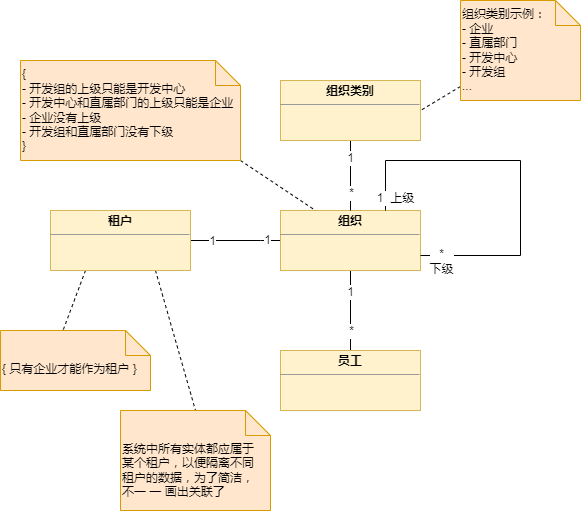
SparkLee/draw-io keeps this draw.io diagram as 手把手教你落地DDD.drawio.png. Above is the earlier version. Source tidied: cells renumbered, new cells last; positions are measured from the earlier drawing's top-left corner, leaving out a move shared by most shapes.
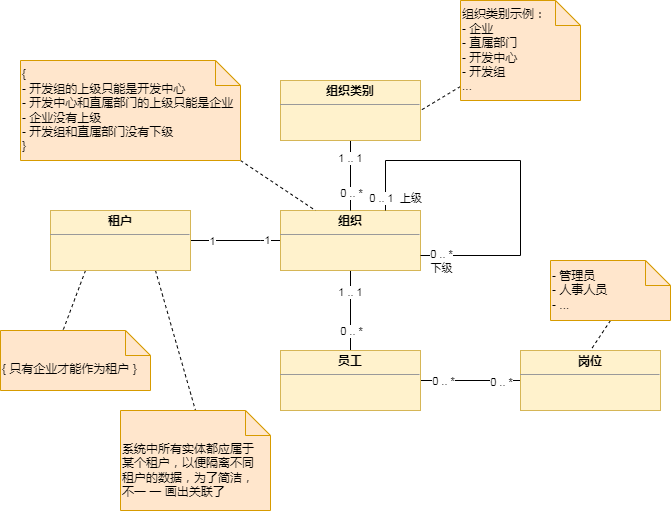
After the change.

Commit message:
update 手把手教你落地DDD.drawio.png

Change to the diagram source:
```diff
@@ -24,7 +24,7 @@
     <mxCell id="6" value="&lt;p style=&quot;margin:0px;margin-top:4px;text-align:center;&quot;&gt;&lt;b&gt;租户&lt;/b&gt;&lt;/p&gt;&lt;hr size=&quot;1&quot;&gt;&lt;div style=&quot;height:2px;&quot;&gt;&lt;/div&gt;" style="verticalAlign=top;align=left;overflow=fill;fontSize=12;fontFamily=Helvetica;html=1;rounded=0;shadow=0;glass=0;sketch=0;strokeColor=#d6b656;fillColor=#fff2cc;" parent="1" vertex="1">
       <mxGeometry x="50" y="210" width="140" height="60" as="geometry" />
     </mxCell>
-    <mxCell id="7" value="1" style="edgeStyle=orthogonalEdgeStyle;rounded=0;jettySize=auto;html=1;exitX=0.5;exitY=1;exitDx=0;exitDy=0;entryX=0.5;entryY=0;entryDx=0;entryDy=0;endArrow=none;endFill=0;" parent="1" edge="1" source="9" target="10">
+    <mxCell id="7" value="1 .. 1" style="edgeStyle=orthogonalEdgeStyle;rounded=0;jettySize=auto;html=1;exitX=0.5;exitY=1;exitDx=0;exitDy=0;entryX=0.5;entryY=0;entryDx=0;entryDy=0;endArrow=none;endFill=0;" parent="1" edge="1" source="9" target="10">
       <mxGeometry x="-0.45" relative="1" as="geometry">
         <Array as="points">
           <mxPoint x="350" y="290" />
@@ -32,7 +32,7 @@
         </Array>
       </mxGeometry>
     </mxCell>
-    <mxCell id="8" value="*" style="edgeLabel;html=1;align=center;verticalAlign=middle;" parent="7" vertex="1">
+    <mxCell id="8" value="0 .. *" style="edgeLabel;html=1;align=center;verticalAlign=middle;" parent="7" vertex="1">
       <mxGeometry x="0.65" y="-1" relative="1" as="geometry">
         <mxPoint x="1" y="-6" as="offset" />
       </mxGeometry>
@@ -40,13 +40,26 @@
     <mxCell id="9" value="&lt;p style=&quot;margin:0px;margin-top:4px;text-align:center;&quot;&gt;&lt;b&gt;组织&lt;/b&gt;&lt;/p&gt;&lt;hr size=&quot;1&quot;&gt;&lt;div style=&quot;height:2px;&quot;&gt;&lt;/div&gt;" style="verticalAlign=top;align=left;overflow=fill;fontSize=12;fontFamily=Helvetica;html=1;rounded=0;shadow=0;glass=0;sketch=0;strokeColor=#d6b656;fillColor=#fff2cc;" parent="1" vertex="1">
       <mxGeometry x="280" y="210" width="140" height="60" as="geometry" />
     </mxCell>
+    <mxCell id="23" style="rounded=0;jettySize=auto;html=1;endArrow=none;endFill=0;" parent="1" edge="1" source="10" target="26">
+      <mxGeometry relative="1" as="geometry" />
+    </mxCell>
+    <mxCell id="24" value="0 .. *" style="edgeLabel;html=1;align=center;verticalAlign=middle;spacing=4;" parent="23" vertex="1">
+      <mxGeometry x="0.86" y="-1" relative="1" as="geometry">
+        <mxPoint x="-13" as="offset" />
+      </mxGeometry>
+    </mxCell>
+    <mxCell id="25" value="0 .. *" style="edgeLabel;html=1;align=center;verticalAlign=middle;" parent="23" vertex="1">
+      <mxGeometry x="-0.8" relative="1" as="geometry">
+        <mxPoint x="12" as="offset" />
+      </mxGeometry>
+    </mxCell>
     <mxCell id="10" value="&lt;p style=&quot;margin:0px;margin-top:4px;text-align:center;&quot;&gt;&lt;b&gt;员工&lt;/b&gt;&lt;/p&gt;&lt;hr size=&quot;1&quot;&gt;&lt;div style=&quot;height:2px;&quot;&gt;&lt;/div&gt;" style="verticalAlign=top;align=left;overflow=fill;fontSize=12;fontFamily=Helvetica;html=1;rounded=0;shadow=0;glass=0;sketch=0;strokeColor=#d6b656;fillColor=#fff2cc;" parent="1" vertex="1">
       <mxGeometry x="280" y="350" width="140" height="60" as="geometry" />
     </mxCell>
-    <mxCell id="11" value="1" style="edgeStyle=orthogonalEdgeStyle;rounded=0;jettySize=auto;html=1;exitX=0.5;exitY=1;exitDx=0;exitDy=0;endArrow=none;endFill=0;" parent="1" edge="1" source="13" target="9">
+    <mxCell id="11" value="1 .. 1" style="edgeStyle=orthogonalEdgeStyle;rounded=0;jettySize=auto;html=1;exitX=0.5;exitY=1;exitDx=0;exitDy=0;endArrow=none;endFill=0;" parent="1" edge="1" source="13" target="9">
       <mxGeometry x="-0.5" relative="1" as="geometry" />
     </mxCell>
-    <mxCell id="12" value="*" style="edgeLabel;html=1;align=center;verticalAlign=middle;" parent="11" vertex="1">
+    <mxCell id="12" value="0 .. *" style="edgeLabel;html=1;align=center;verticalAlign=middle;" parent="11" vertex="1">
       <mxGeometry x="0.72" relative="1" as="geometry">
         <mxPoint y="-8" as="offset" />
       </mxGeometry>
@@ -69,12 +82,12 @@
         </Array>
       </mxGeometry>
     </mxCell>
-    <mxCell id="17" value="1&amp;nbsp; 上级" style="edgeLabel;html=1;align=center;verticalAlign=middle;" parent="16" vertex="1">
+    <mxCell id="17" value="0 .. 1&amp;nbsp; 上级" style="edgeLabel;html=1;align=center;verticalAlign=middle;" parent="16" vertex="1">
       <mxGeometry x="-0.93" relative="1" as="geometry">
         <mxPoint x="9" as="offset" />
       </mxGeometry>
     </mxCell>
-    <mxCell id="18" value="*&lt;br&gt;下级" style="edgeLabel;html=1;align=center;verticalAlign=middle;" parent="16" vertex="1">
+    <mxCell id="18" value="0 .. *&lt;br&gt;下级" style="edgeLabel;html=1;align=center;verticalAlign=middle;" parent="16" vertex="1">
       <mxGeometry x="0.94" relative="1" as="geometry">
         <mxPoint x="8" y="5" as="offset" />
       </mxGeometry>
@@ -91,5 +104,14 @@
     <mxCell id="22" value="系统中所有实体都应属于&lt;br&gt;某个租户，以便隔离不同&lt;br&gt;租户的数据，为了简洁，&lt;br&gt;不一 一 画出关联了" style="shape=note2;boundedLbl=1;whiteSpace=wrap;html=1;size=25;verticalAlign=top;align=left;rounded=0;shadow=0;glass=0;sketch=0;strokeColor=#d79b00;fillColor=#ffe6cc;" parent="1" vertex="1">
       <mxGeometry x="120" y="410" width="150" height="100" as="geometry" />
     </mxCell>
+    <mxCell id="26" value="&lt;p style=&quot;margin:0px;margin-top:4px;text-align:center;&quot;&gt;&lt;b&gt;岗位&lt;/b&gt;&lt;/p&gt;&lt;hr size=&quot;1&quot;&gt;&lt;div style=&quot;height:2px;&quot;&gt;&lt;/div&gt;" style="verticalAlign=top;align=left;overflow=fill;fontSize=12;fontFamily=Helvetica;html=1;rounded=0;shadow=0;glass=0;sketch=0;strokeColor=#d6b656;fillColor=#fff2cc;" parent="1" vertex="1">
+      <mxGeometry x="520" y="350" width="140" height="60" as="geometry" />
+    </mxCell>
+    <mxCell id="27" style="edgeStyle=none;rounded=0;jettySize=auto;html=1;exitX=0.5;exitY=1;exitDx=0;exitDy=0;exitPerimeter=0;entryX=0.5;entryY=0;entryDx=0;entryDy=0;endArrow=none;endFill=0;dashed=1;" parent="1" edge="1" source="28" target="26">
+      <mxGeometry relative="1" as="geometry" />
+    </mxCell>
+    <mxCell id="28" value="- 管理员&lt;br&gt;- 人事人员&lt;br&gt;- ..." style="shape=note2;boundedLbl=1;whiteSpace=wrap;html=1;size=25;verticalAlign=middle;align=left;rounded=0;shadow=0;glass=0;sketch=0;strokeColor=#d79b00;fillColor=#ffe6cc;" parent="1" vertex="1">
+      <mxGeometry x="550" y="260" width="120" height="60" as="geometry" />
+    </mxCell>
   </root>
 </mxGraphModel>
```
